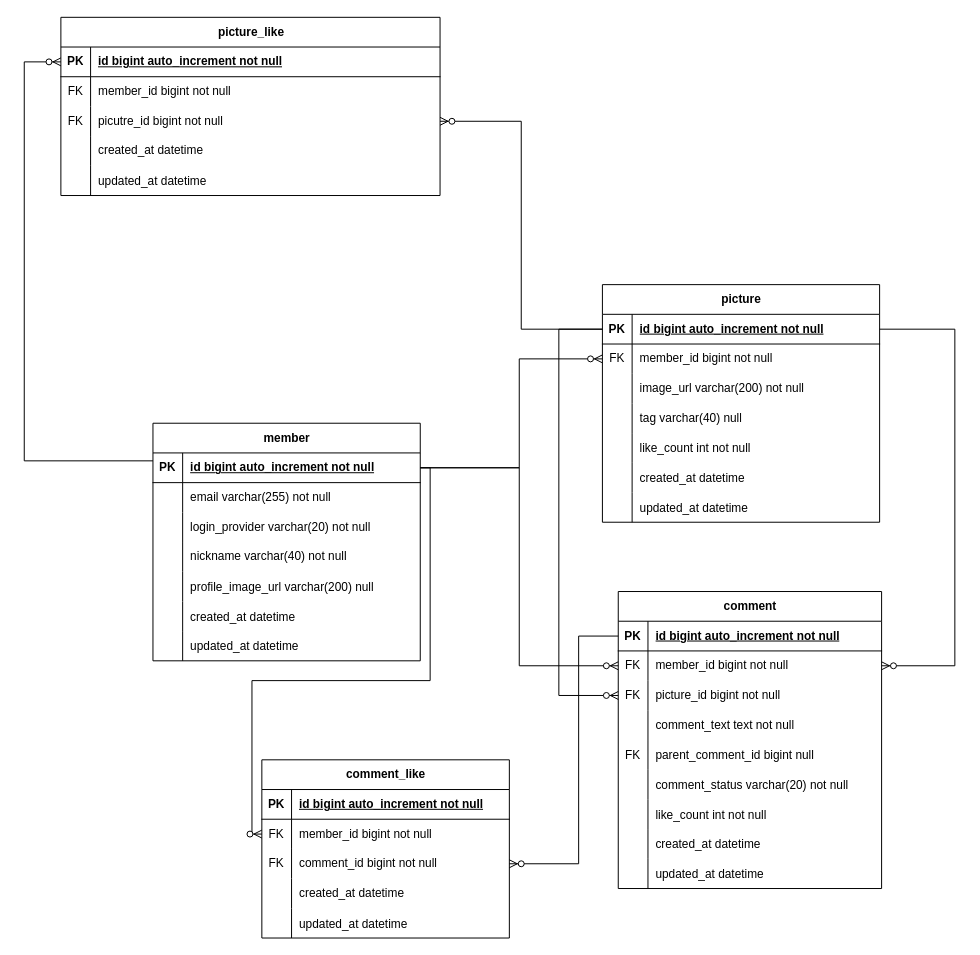
The draw.io diagram src/main/resources/soongan-backend-erd.drawio in captures-2024/soongan-backend, before the edit. Source tidied: cells renumbered, new cells numbered last; positions are measured from the earlier drawing's top-left corner, leaving out a move shared by most shapes. Both pictures are drawn from the tidied source at 99%, with x=0, y=0 at pixel (24, 17).
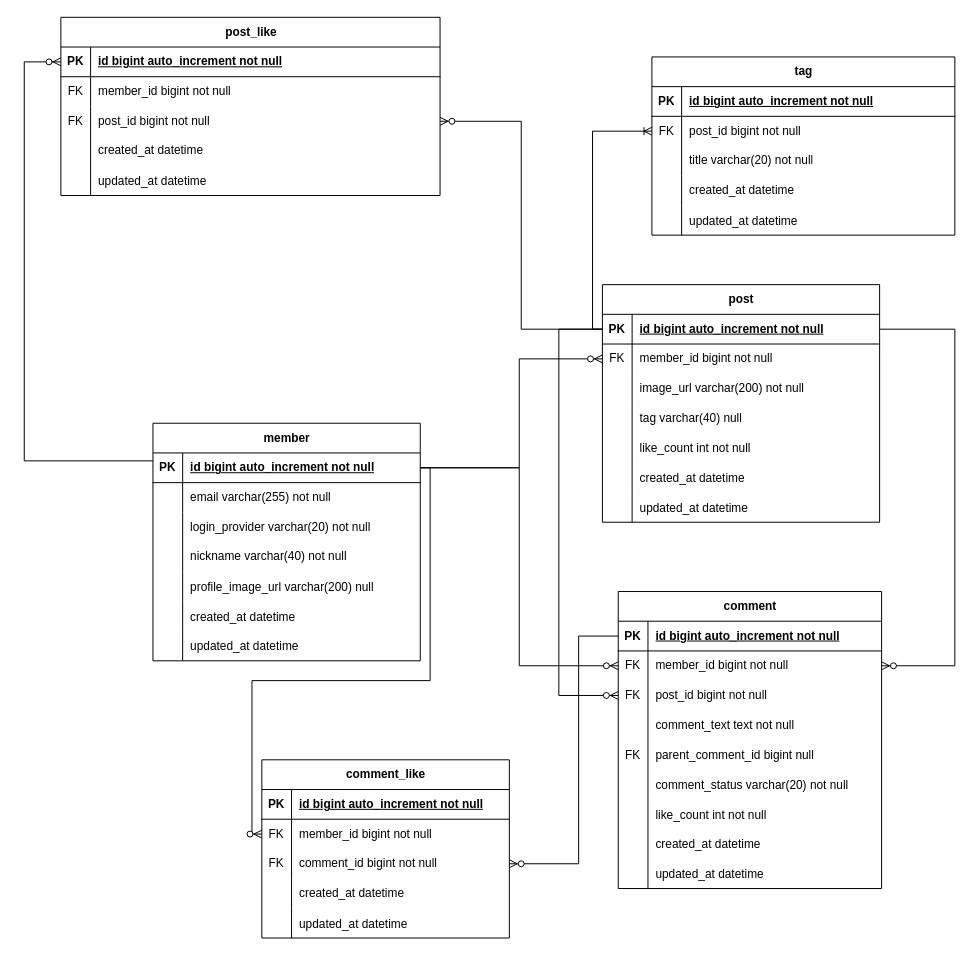
The same page after the edit.

Unchanged cells that the change refers to:
```xml
<mxCell id="32" style="shape=tableRow;horizontal=0;startSize=0;swimlaneHead=0;swimlaneBody=0;fillColor=none;points=[[0,0.5],[1,0.5]];portConstraint=eastwest;top=0;left=0;right=0;bottom=0;" parent="25" vertex="1">
  <mxGeometry y="90" width="383" height="30" as="geometry" />
</mxCell>
<mxCell id="42" style="shape=tableRow;horizontal=0;startSize=0;swimlaneHead=0;swimlaneBody=0;fillColor=none;points=[[0,0.5],[1,0.5]];portConstraint=eastwest;top=0;left=0;right=0;bottom=1;" parent="41" vertex="1">
  <mxGeometry y="30" width="280" height="30" as="geometry" />
</mxCell>
<mxCell id="74" style="shape=tableRow;horizontal=0;startSize=0;swimlaneHead=0;swimlaneBody=0;fillColor=none;points=[[0,0.5],[1,0.5]];portConstraint=eastwest;top=0;left=0;right=0;bottom=0;" parent="67" vertex="1">
  <mxGeometry y="90" width="266" height="30" as="geometry" />
</mxCell>
```

Change to the diagram source:
```diff
@@
-    <mxCell id="25" value="picture_like" style="shape=table;startSize=30;childLayout=tableLayout;rowLines=0;fontStyle=1;align=center;html=1;" parent="1" vertex="1">
+    <mxCell id="25" value="post_like" style="shape=table;startSize=30;childLayout=tableLayout;rowLines=0;fontStyle=1;align=center;html=1;" parent="1" vertex="1">
       <mxGeometry x="37" width="383" height="180" as="geometry" />
     </mxCell>
@@
-    <mxCell id="34" value="picutre_id bigint not null" style="shape=partialRectangle;fillColor=none;top=0;left=0;bottom=0;right=0;align=left;spacingLeft=6;overflow=hidden;whiteSpace=wrap;html=1;" parent="32" vertex="1">
+    <mxCell id="34" value="post_id bigint not null" style="shape=partialRectangle;fillColor=none;top=0;left=0;bottom=0;right=0;align=left;spacingLeft=6;overflow=hidden;whiteSpace=wrap;html=1;" parent="32" vertex="1">
       <mxGeometry x="30" width="353" height="30" as="geometry" />
     </mxCell>
@@
-    <mxCell id="41" value="picture" style="shape=table;startSize=30;childLayout=tableLayout;rowLines=0;fontStyle=1;align=center;html=1;" parent="1" vertex="1">
+    <mxCell id="41" value="post" style="shape=table;startSize=30;childLayout=tableLayout;rowLines=0;fontStyle=1;align=center;html=1;" parent="1" vertex="1">
       <mxGeometry x="584" y="270" width="280" height="240" as="geometry" />
     </mxCell>
@@
-    <mxCell id="76" value="picture_id bigint not null" style="shape=partialRectangle;fillColor=none;top=0;left=0;bottom=0;right=0;align=left;spacingLeft=6;overflow=hidden;whiteSpace=wrap;html=1;" parent="74" vertex="1">
+    <mxCell id="76" value="post_id bigint not null" style="shape=partialRectangle;fillColor=none;top=0;left=0;bottom=0;right=0;align=left;spacingLeft=6;overflow=hidden;whiteSpace=wrap;html=1;" parent="74" vertex="1">
       <mxGeometry x="30" width="236" height="30" as="geometry" />
     </mxCell>
@@
+    <mxCell id="114" value="tag" style="shape=table;startSize=30;childLayout=tableLayout;rowLines=0;fontStyle=1;align=center;html=1;" parent="1" vertex="1">
+      <mxGeometry x="634" y="40" width="306" height="180" as="geometry" />
+    </mxCell>
+    <mxCell id="115" style="shape=tableRow;horizontal=0;startSize=0;swimlaneHead=0;swimlaneBody=0;fillColor=none;top=0;left=0;right=0;bottom=1;" parent="114" vertex="1">
+      <mxGeometry y="30" width="306" height="30" as="geometry" />
+    </mxCell>
+    <mxCell id="116" value="PK" style="shape=partialRectangle;fillColor=none;top=0;left=0;bottom=0;right=0;fontStyle=1;overflow=hidden;whiteSpace=wrap;html=1;" parent="115" vertex="1">
+      <mxGeometry width="30" height="30" as="geometry" />
+    </mxCell>
+    <mxCell id="117" value="id bigint auto_increment not null" style="shape=partialRectangle;fillColor=none;top=0;left=0;bottom=0;right=0;align=left;spacingLeft=6;fontStyle=5;overflow=hidden;whiteSpace=wrap;html=1;" parent="115" vertex="1">
+      <mxGeometry x="30" width="276" height="30" as="geometry" />
+    </mxCell>
+    <mxCell id="118" style="shape=tableRow;horizontal=0;startSize=0;swimlaneHead=0;swimlaneBody=0;fillColor=none;points=[[0,0.5],[1,0.5]];portConstraint=eastwest;top=0;left=0;right=0;bottom=0;" parent="114" vertex="1">
+      <mxGeometry y="60" width="306" height="30" as="geometry" />
+    </mxCell>
+    <mxCell id="119" value="FK" style="shape=partialRectangle;fillColor=none;top=0;left=0;bottom=0;right=0;overflow=hidden;whiteSpace=wrap;html=1;" parent="118" vertex="1">
+      <mxGeometry width="30" height="30" as="geometry" />
+    </mxCell>
+    <mxCell id="120" value="post_id bigint not null" style="shape=partialRectangle;fillColor=none;top=0;left=0;bottom=0;right=0;align=left;spacingLeft=6;overflow=hidden;whiteSpace=wrap;html=1;" parent="118" vertex="1">
+      <mxGeometry x="30" width="276" height="30" as="geometry" />
+    </mxCell>
+    <mxCell id="121" style="shape=tableRow;horizontal=0;startSize=0;swimlaneHead=0;swimlaneBody=0;fillColor=none;top=0;left=0;right=0;bottom=0;" parent="114" vertex="1">
+      <mxGeometry y="90" width="306" height="30" as="geometry" />
+    </mxCell>
+    <mxCell id="122" style="shape=partialRectangle;fillColor=none;top=0;left=0;bottom=0;right=0;overflow=hidden;whiteSpace=wrap;html=1;" parent="121" vertex="1">
+      <mxGeometry width="30" height="30" as="geometry" />
+    </mxCell>
+    <mxCell id="123" value="title varchar(20) not null" style="shape=partialRectangle;fillColor=none;top=0;left=0;bottom=0;right=0;align=left;spacingLeft=6;overflow=hidden;whiteSpace=wrap;html=1;" parent="121" vertex="1">
+      <mxGeometry x="30" width="276" height="30" as="geometry" />
+    </mxCell>
+    <mxCell id="124" style="shape=tableRow;horizontal=0;startSize=0;swimlaneHead=0;swimlaneBody=0;fillColor=none;top=0;left=0;right=0;bottom=0;" parent="114" vertex="1">
+      <mxGeometry y="120" width="306" height="30" as="geometry" />
+    </mxCell>
+    <mxCell id="125" style="shape=partialRectangle;fillColor=none;top=0;left=0;bottom=0;right=0;overflow=hidden;whiteSpace=wrap;html=1;" parent="124" vertex="1">
+      <mxGeometry width="30" height="30" as="geometry" />
+    </mxCell>
+    <mxCell id="126" value="created_at datetime" style="shape=partialRectangle;fillColor=none;top=0;left=0;bottom=0;right=0;align=left;spacingLeft=6;overflow=hidden;whiteSpace=wrap;html=1;" parent="124" vertex="1">
+      <mxGeometry x="30" width="276" height="30" as="geometry" />
+    </mxCell>
+    <mxCell id="127" style="shape=tableRow;horizontal=0;startSize=0;swimlaneHead=0;swimlaneBody=0;fillColor=none;top=0;left=0;right=0;bottom=0;" parent="114" vertex="1">
+      <mxGeometry y="150" width="306" height="30" as="geometry" />
+    </mxCell>
+    <mxCell id="128" style="shape=partialRectangle;fillColor=none;top=0;left=0;bottom=0;right=0;overflow=hidden;" parent="127" vertex="1">
+      <mxGeometry width="30" height="30" as="geometry" />
+    </mxCell>
+    <mxCell id="129" value="updated_at datetime" style="shape=partialRectangle;fillColor=none;top=0;left=0;bottom=0;right=0;align=left;spacingLeft=6;overflow=hidden;" parent="127" vertex="1">
+      <mxGeometry x="30" width="276" height="30" as="geometry" />
+    </mxCell>
+    <mxCell id="130" style="edgeStyle=orthogonalEdgeStyle;fontSize=12;html=1;endArrow=ERoneToMany;rounded=0;entryX=0;entryY=0.5;entryDx=0;entryDy=0;exitX=0;exitY=0.5;exitDx=0;exitDy=0;" parent="1" edge="1" source="42" target="118">
+      <mxGeometry relative="1" as="geometry" />
+    </mxCell>
```
